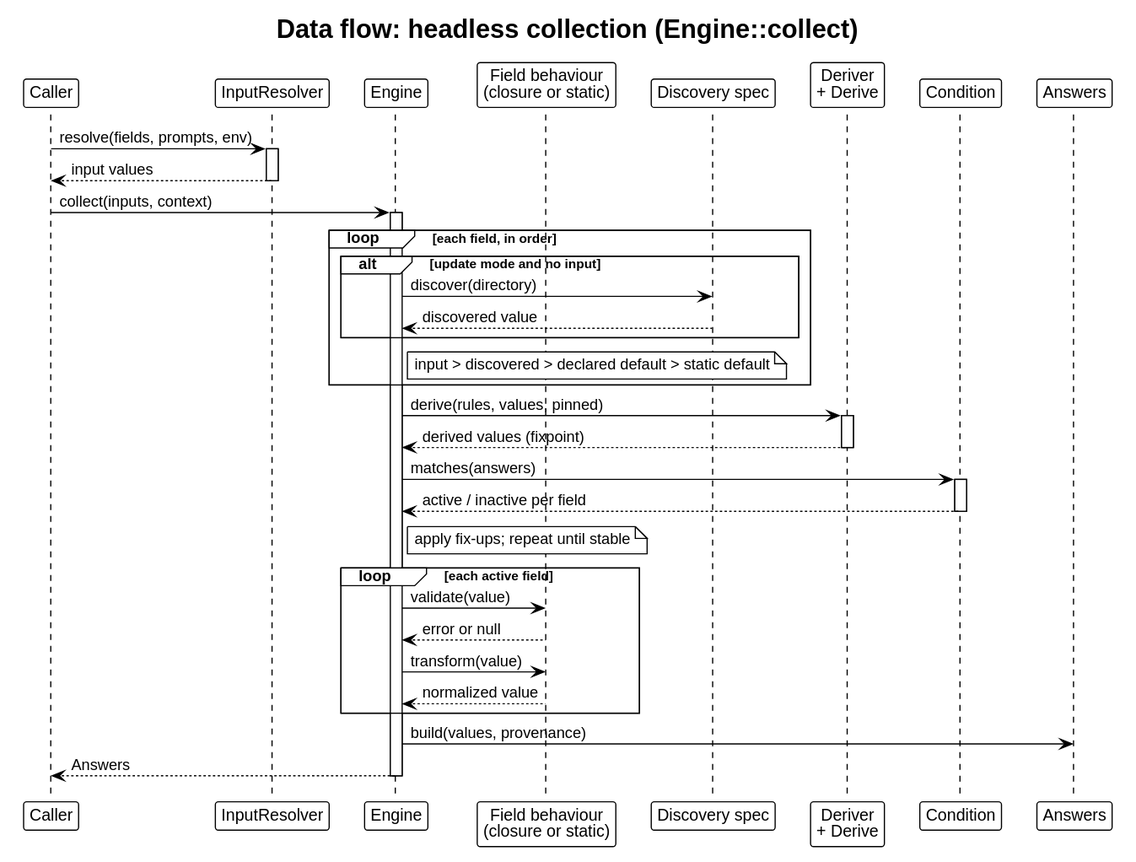
Above: docs/architecture/dataflow-collect.svg in drevops/tui (PlantUML), before the change.
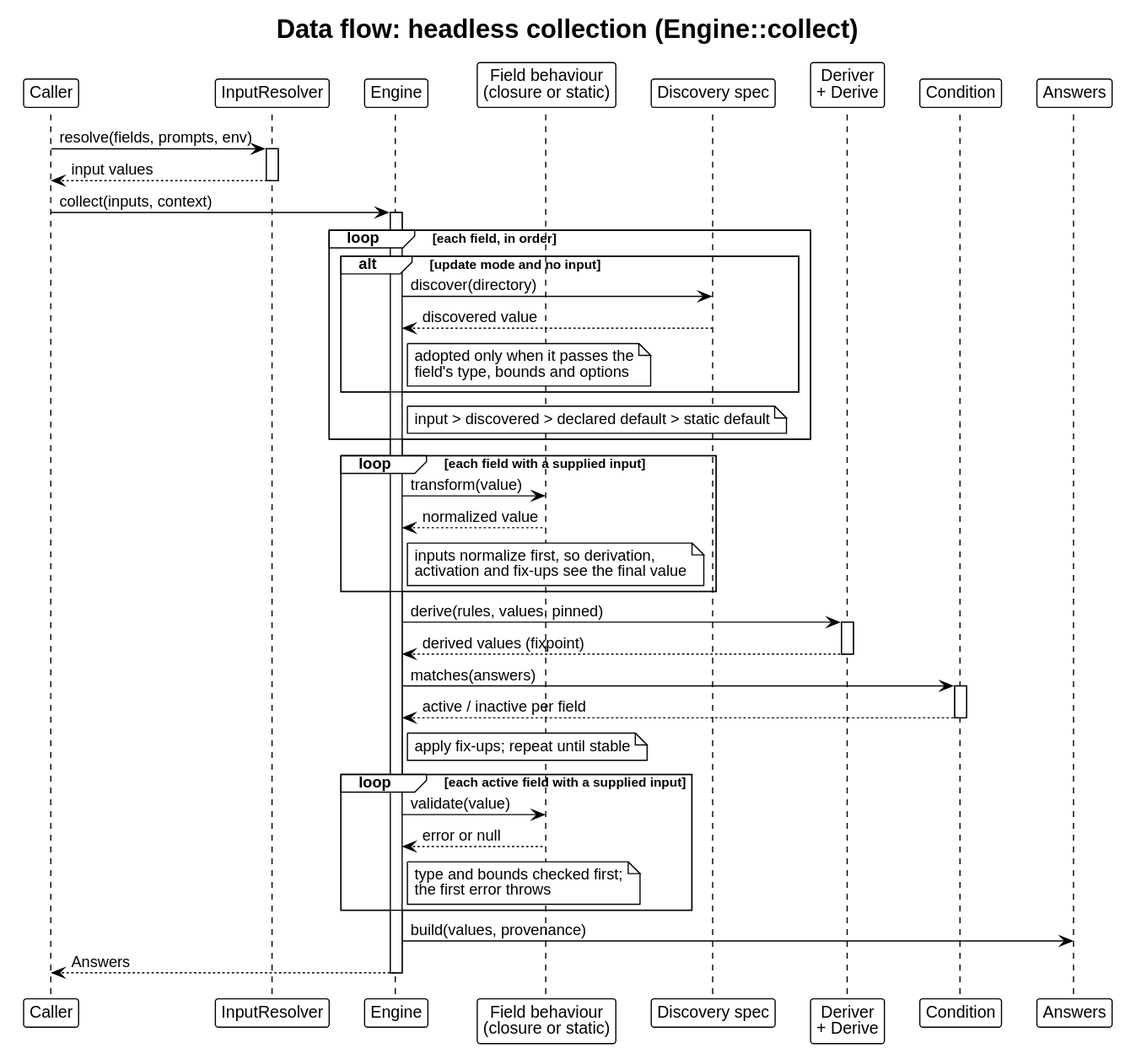
After the change.

What changed in the source:
```diff
@@ -26,8 +26,15 @@
   alt update mode and no input
     Eng -> Disc: discover(directory)
     Disc --> Eng: discovered value
+    note right of Eng: adopted only when it passes the\nfield's type, bounds and options
   end
   note right of Eng: input > discovered > declared default > static default
+end
+
+loop each field with a supplied input
+  Eng -> B: transform(value)
+  B --> Eng: normalized value
+  note right of Eng: inputs normalize first, so derivation,\nactivation and fix-ups see the final value
 end
 
 Eng -> Der: derive(rules, values, pinned)
@@ -40,11 +47,10 @@
 deactivate CE
 note right of Eng: apply fix-ups; repeat until stable
 
-loop each active field
+loop each active field with a supplied input
   Eng -> B: validate(value)
   B --> Eng: error or null
-  Eng -> B: transform(value)
-  B --> Eng: normalized value
+  note right of Eng: type and bounds checked first;\nthe first error throws
 end
 
 Eng -> Ans: build(values, provenance)
```
